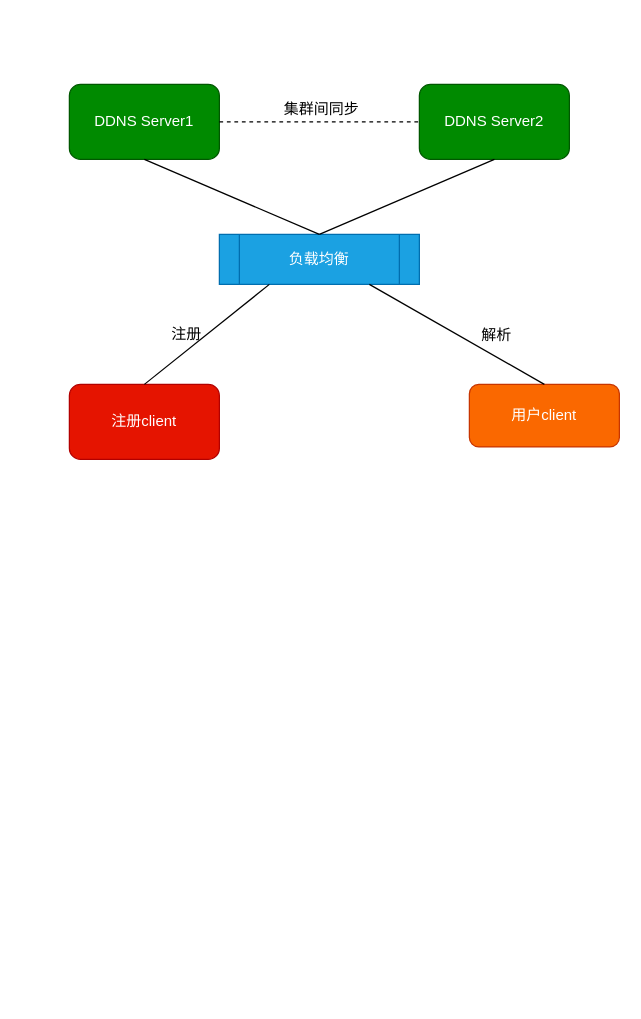
klonhj2015/education-cloud keeps this draw.io diagram as DDNS高可用.drawio. Above is the earlier version. Source tidied: cells renumbered, new cells numbered last; positions are measured from the earlier drawing's top-left corner, leaving out a move shared by most shapes. Both pictures are drawn from the tidied source at 125%, with x=0, y=0 at pixel (69, 84).
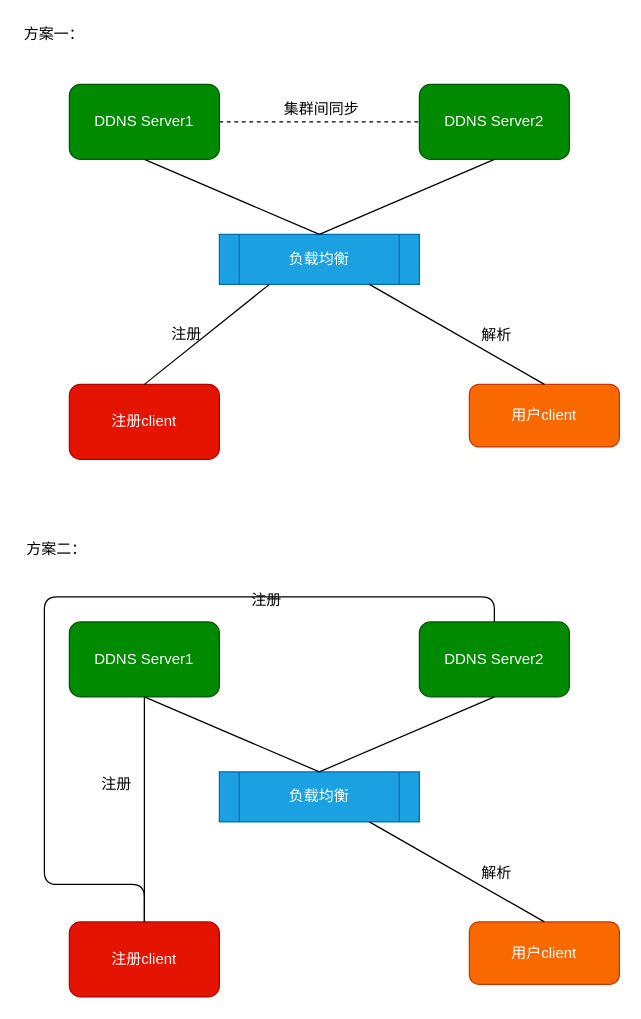
Above is the later version.

Change to the diagram source:
```diff
@@
+    <mxCell id="15" value="方案一：" style="text;html=1;align=left;verticalAlign=top;spacingTop=-4;" parent="1" vertex="1">
+      <mxGeometry x="-38" y="-50" width="60" height="20" as="geometry" />
+    </mxCell>
+    <mxCell id="16" value="方案二：" style="text;html=1;align=left;verticalAlign=top;spacingTop=-4;" parent="1" vertex="1">
+      <mxGeometry x="-36" y="362" width="60" height="20" as="geometry" />
+    </mxCell>
+    <mxCell id="17" value="DDNS Server1" style="rounded=1;whiteSpace=wrap;html=1;fillColor=#008a00;strokeColor=#005700;fontColor=#ffffff;" parent="1" vertex="1">
+      <mxGeometry y="430" width="120" height="60" as="geometry" />
+    </mxCell>
+    <mxCell id="18" value="DDNS Server2" style="rounded=1;whiteSpace=wrap;html=1;fillColor=#008a00;strokeColor=#005700;fontColor=#ffffff;" parent="1" vertex="1">
+      <mxGeometry x="280" y="430" width="120" height="60" as="geometry" />
+    </mxCell>
+    <mxCell id="19" value="负载均衡" style="shape=process;whiteSpace=wrap;html=1;backgroundOutline=1;fillColor=#1ba1e2;strokeColor=#006EAF;fontColor=#ffffff;" parent="1" vertex="1">
+      <mxGeometry x="120" y="550" width="160" height="40" as="geometry" />
+    </mxCell>
+    <mxCell id="20" style="endArrow=none;html=1;entryX=0.5;entryY=1;entryDx=0;entryDy=0;exitX=0.5;exitY=0;exitDx=0;exitDy=0;" parent="1" edge="1" source="19" target="17">
+      <mxGeometry relative="1" as="geometry" />
+    </mxCell>
+    <mxCell id="21" style="endArrow=none;html=1;entryX=0.5;entryY=1;entryDx=0;entryDy=0;exitX=0.5;exitY=0;exitDx=0;exitDy=0;" parent="1" edge="1" source="19" target="18">
+      <mxGeometry relative="1" as="geometry" />
+    </mxCell>
+    <mxCell id="22" value="注册client" style="rounded=1;whiteSpace=wrap;html=1;fillColor=#e51400;strokeColor=#B20000;fontColor=#ffffff;" parent="1" vertex="1">
+      <mxGeometry y="670" width="120" height="60" as="geometry" />
+    </mxCell>
+    <mxCell id="23" value="用户client" style="rounded=1;whiteSpace=wrap;html=1;fillColor=#fa6800;strokeColor=#C73500;fontColor=#ffffff;" parent="1" vertex="1">
+      <mxGeometry x="320" y="670" width="120" height="50" as="geometry" />
+    </mxCell>
+    <mxCell id="24" style="endArrow=none;html=1;exitX=0.5;exitY=0;exitDx=0;exitDy=0;" parent="1" edge="1" source="22" target="17">
+      <mxGeometry relative="1" as="geometry" />
+    </mxCell>
+    <mxCell id="25" style="endArrow=none;html=1;entryX=0.75;entryY=1;entryDx=0;entryDy=0;exitX=0.5;exitY=0;exitDx=0;exitDy=0;" parent="1" edge="1" source="23" target="19">
+      <mxGeometry relative="1" as="geometry" />
+    </mxCell>
+    <mxCell id="26" value="注册" style="text;html=1;align=left;verticalAlign=top;spacingTop=-4;" parent="1" vertex="1">
+      <mxGeometry x="24" y="550" width="40" height="20" as="geometry" />
+    </mxCell>
+    <mxCell id="27" value="解析" style="text;html=1;align=left;verticalAlign=top;spacingTop=-4;" parent="1" vertex="1">
+      <mxGeometry x="328" y="621" width="40" height="20" as="geometry" />
+    </mxCell>
+    <mxCell id="28" style="endArrow=none;html=1;exitX=0.5;exitY=0;exitDx=0;exitDy=0;" parent="1" edge="1" source="22" target="18">
+      <mxGeometry relative="1" as="geometry">
+        <Array as="points">
+          <mxPoint x="60" y="640" />
+          <mxPoint x="-20" y="640" />
+          <mxPoint x="-20" y="410" />
+          <mxPoint x="140" y="410" />
+          <mxPoint x="340" y="410" />
+        </Array>
+      </mxGeometry>
+    </mxCell>
+    <mxCell id="29" value="注册" style="text;html=1;align=left;verticalAlign=top;spacingTop=-4;" parent="1" vertex="1">
+      <mxGeometry x="144" y="403" width="40" height="20" as="geometry" />
+    </mxCell>
```
